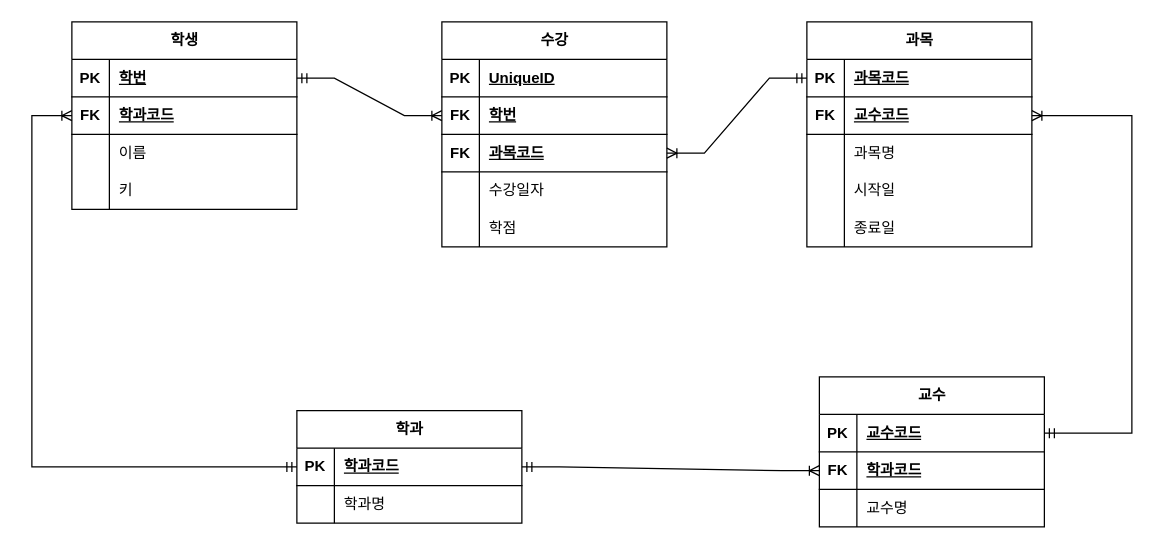
sinaboro/ERD keeps this draw.io diagram as page "학사관리논리적설계" (4 of 4) of 제목 없는 다이어그램.drawio. Above is the earlier version. Source tidied: cells renumbered, new cells numbered last; positions are measured from the earlier drawing's top-left corner, leaving out a move shared by most shapes. Both pictures are drawn from the tidied source at 125%, with x=0, y=0 at pixel (31, 21).
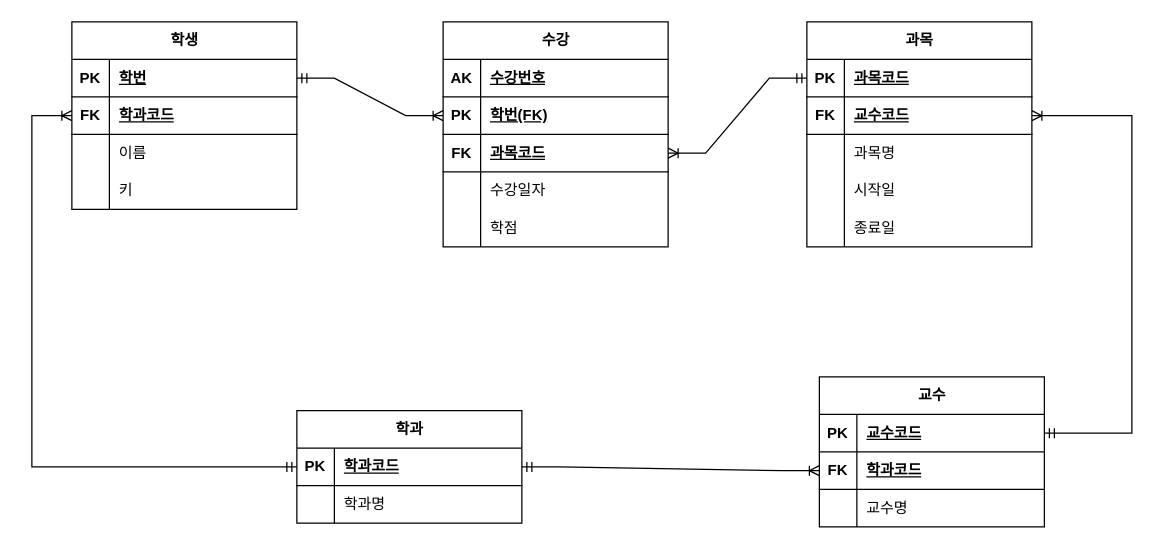
The same page after the edit.

Commit message (it also covers changes not shown here):
제목 없는 다이어그램.drawio 업데이트

Unchanged cells that the change refers to:
```xml
<mxCell id="49" style="shape=tableRow;horizontal=0;startSize=0;swimlaneHead=0;swimlaneBody=0;fillColor=none;top=0;left=0;right=0;bottom=1;" parent="48" vertex="1">
  <mxGeometry y="30" width="180" height="30" as="geometry" />
</mxCell>
<mxCell id="52" style="shape=tableRow;horizontal=0;startSize=0;swimlaneHead=0;swimlaneBody=0;fillColor=none;points=[[0,0.5],[1,0.5]];portConstraint=eastwest;top=0;left=0;right=0;bottom=1;" parent="48" vertex="1">
  <mxGeometry y="60" width="180" height="30" as="geometry" />
</mxCell>
```

The edit, as a diff of the source:
```diff
@@
     <mxCell id="48" value="수강" style="shape=table;startSize=30;childLayout=tableLayout;rowLines=0;fontStyle=1;align=center;html=1;" parent="1" vertex="1">
-      <mxGeometry x="328" width="180" height="180" as="geometry" />
+      <mxGeometry x="329" width="180" height="180" as="geometry" />
     </mxCell>
@@
-    <mxCell id="50" value="PK" style="shape=partialRectangle;fillColor=none;top=0;left=0;bottom=0;right=0;fontStyle=1;overflow=hidden;whiteSpace=wrap;html=1;" parent="49" vertex="1">
+    <mxCell id="50" value="AK" style="shape=partialRectangle;fillColor=none;top=0;left=0;bottom=0;right=0;fontStyle=1;overflow=hidden;whiteSpace=wrap;html=1;" parent="49" vertex="1">
       <mxGeometry width="30" height="30" as="geometry" />
     </mxCell>
-    <mxCell id="51" value="UniqueID" style="shape=partialRectangle;fillColor=none;top=0;left=0;bottom=0;right=0;align=left;spacingLeft=6;fontStyle=5;overflow=hidden;whiteSpace=wrap;html=1;" parent="49" vertex="1">
+    <mxCell id="51" value="수강번호" style="shape=partialRectangle;fillColor=none;top=0;left=0;bottom=0;right=0;align=left;spacingLeft=6;fontStyle=5;overflow=hidden;whiteSpace=wrap;html=1;" parent="49" vertex="1">
       <mxGeometry x="30" width="150" height="30" as="geometry" />
     </mxCell>
@@
-    <mxCell id="53" value="FK" style="shape=partialRectangle;fillColor=none;top=0;left=0;bottom=0;right=0;fontStyle=1;overflow=hidden;whiteSpace=wrap;html=1;" parent="52" vertex="1">
+    <mxCell id="53" value="PK" style="shape=partialRectangle;fillColor=none;top=0;left=0;bottom=0;right=0;fontStyle=1;overflow=hidden;whiteSpace=wrap;html=1;" parent="52" vertex="1">
       <mxGeometry width="30" height="30" as="geometry" />
     </mxCell>
-    <mxCell id="54" value="학번" style="shape=partialRectangle;fillColor=none;top=0;left=0;bottom=0;right=0;align=left;spacingLeft=6;fontStyle=5;overflow=hidden;whiteSpace=wrap;html=1;" parent="52" vertex="1">
+    <mxCell id="54" value="학번(FK)" style="shape=partialRectangle;fillColor=none;top=0;left=0;bottom=0;right=0;align=left;spacingLeft=6;fontStyle=5;overflow=hidden;whiteSpace=wrap;html=1;" parent="52" vertex="1">
       <mxGeometry x="30" width="150" height="30" as="geometry" />
     </mxCell>
```
